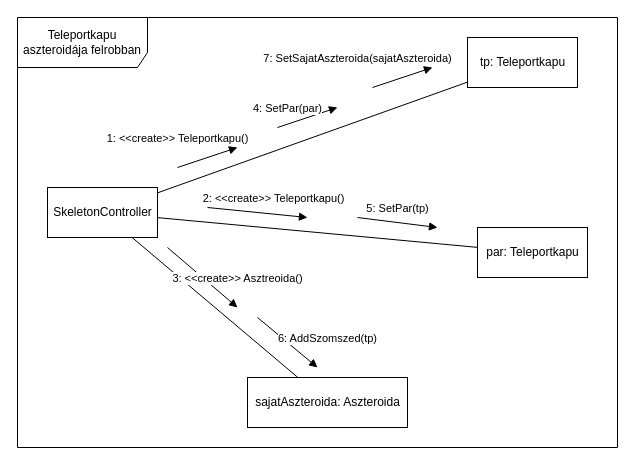
Earlier version of the draw.io diagram doc/kommunikacio/kom_TeleportkapuFelrobban.drawio (torpeBoiGo/aszteroidabanyaszat). Source tidied: cells renumbered, new cells numbered last; positions are measured from the earlier drawing's top-left corner, leaving out a move shared by most shapes. Both pictures are drawn from the tidied source at 100%, with x=0, y=0 at pixel (17, 17).
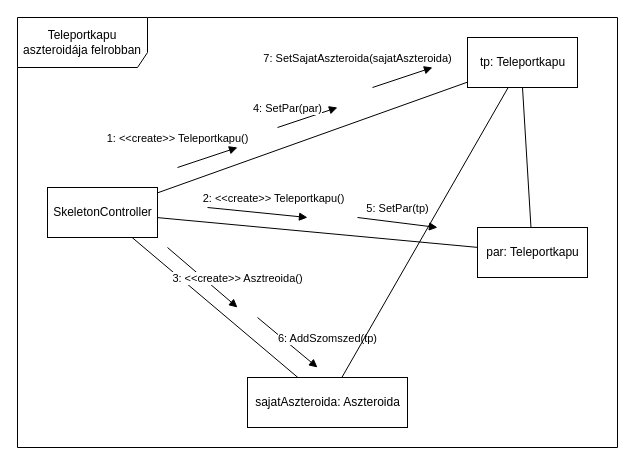
The same page after the edit.

Commit message:
plusz vonalak

Unchanged cells that the change refers to:
```xml
<mxCell id="4" value="tp: Teleportkapu" style="html=1;" parent="1" vertex="1">
  <mxGeometry x="450" y="20" width="110" height="50" as="geometry" />
</mxCell>
<mxCell id="5" value="par: Teleportkapu" style="html=1;" parent="1" vertex="1">
  <mxGeometry x="460" y="210" width="110" height="50" as="geometry" />
</mxCell>
<mxCell id="6" value="sajatAszteroida: Aszteroida" style="html=1;" parent="1" vertex="1">
  <mxGeometry x="230" y="360" width="160" height="50" as="geometry" />
</mxCell>
```

Change to the diagram source:
```diff
@@
+    <mxCell id="17" style="endArrow=none;html=1;entryX=0.5;entryY=1;entryDx=0;entryDy=0;" parent="1" edge="1" source="5" target="4">
+      <mxGeometry relative="1" as="geometry" />
+    </mxCell>
+    <mxCell id="18" style="endArrow=none;html=1;" parent="1" edge="1" source="6" target="4">
+      <mxGeometry relative="1" as="geometry" />
+    </mxCell>
```
